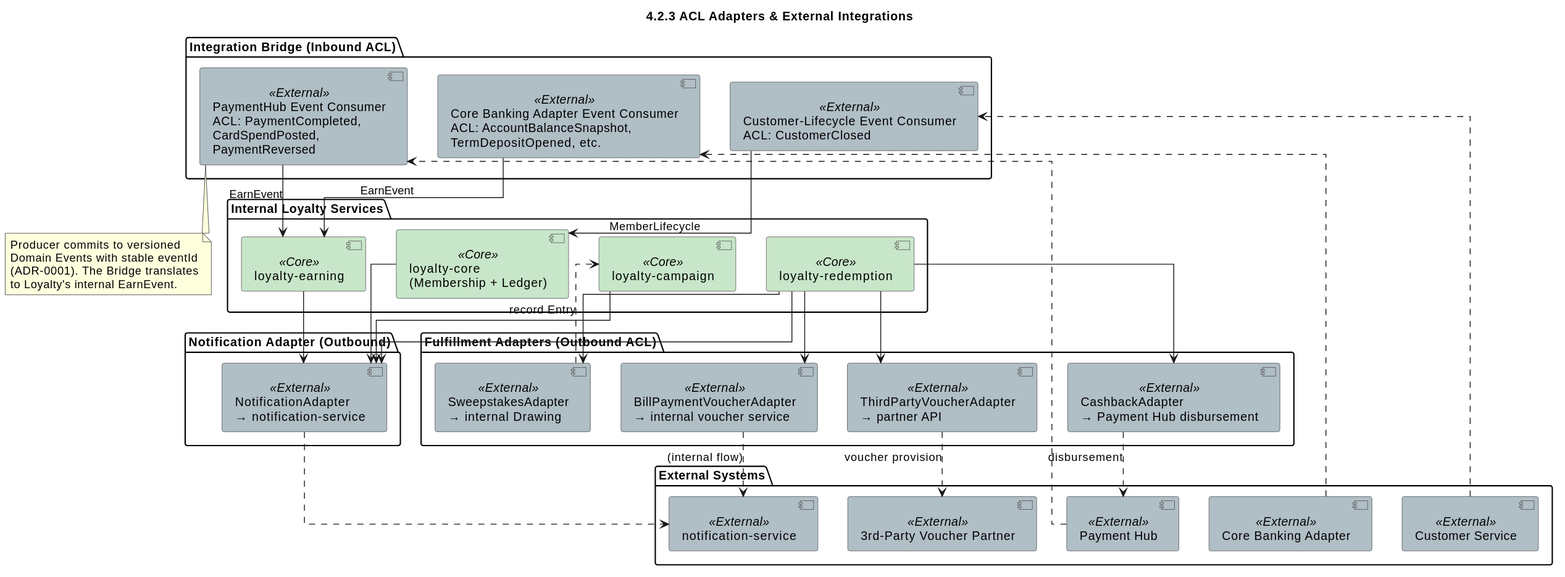
Earlier version of the PlantUML export images/LoyaltyACL.svg (batnam/rochallor-loyalty).
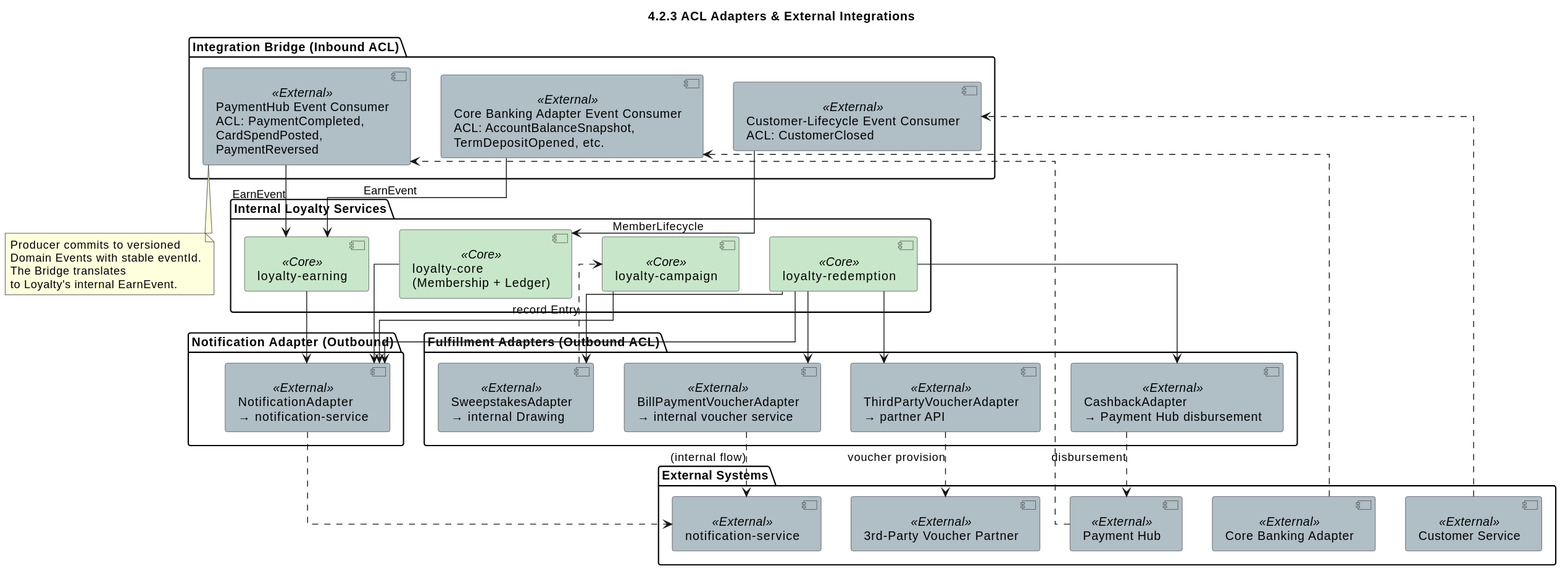
Above is the later version.

Diff of the diagram source:
```diff
@@ -67,8 +67,8 @@
 
 note bottom of PHIn
   Producer commits to versioned
-  Domain Events with stable eventId
-  (ADR-0001). The Bridge translates
+  Domain Events with stable eventId.
+  The Bridge translates
   to Loyalty's internal EarnEvent.
 end note
 @enduml
```
